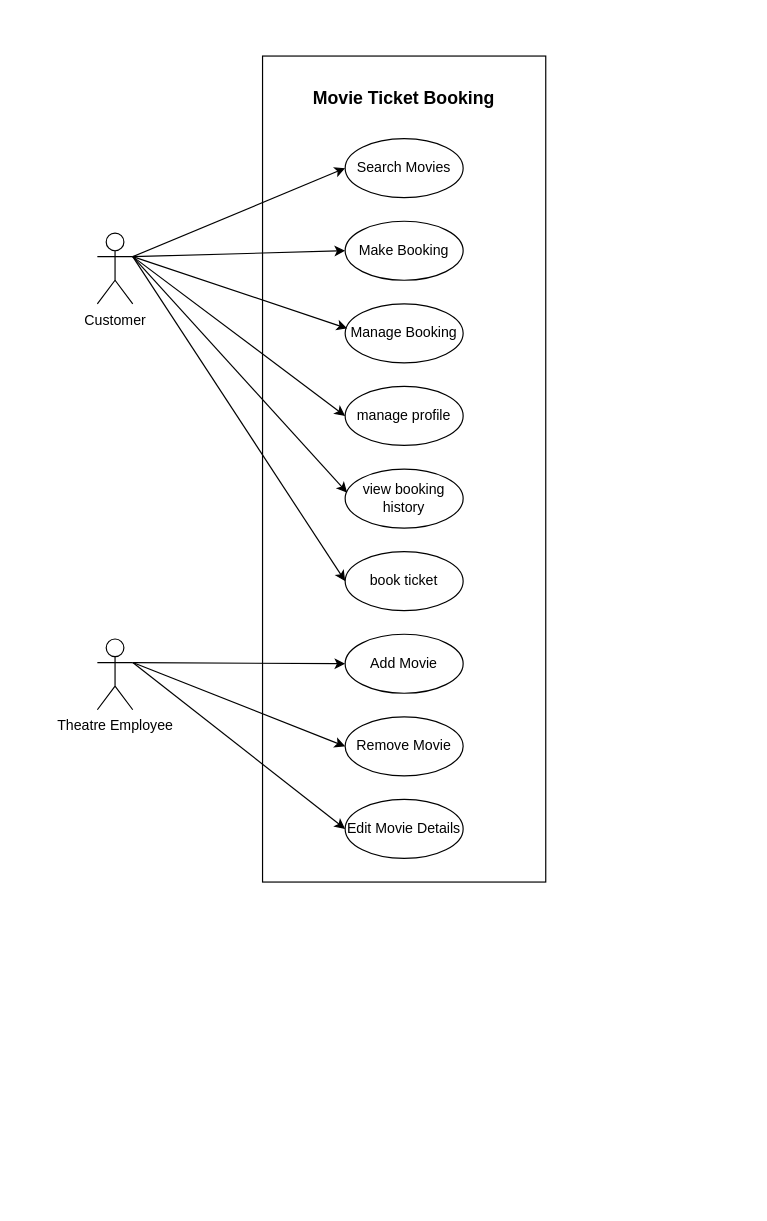
Earlier version of the draw.io diagram usecase diagram.drawio (abhihksd/MovieBookingWebsite). Source tidied: cells renumbered, new cells numbered last; positions are measured from the earlier drawing's top-left corner, leaving out a move shared by most shapes. Both pictures are drawn from the tidied source at 118%, with x=0, y=0 at pixel (97, 55).
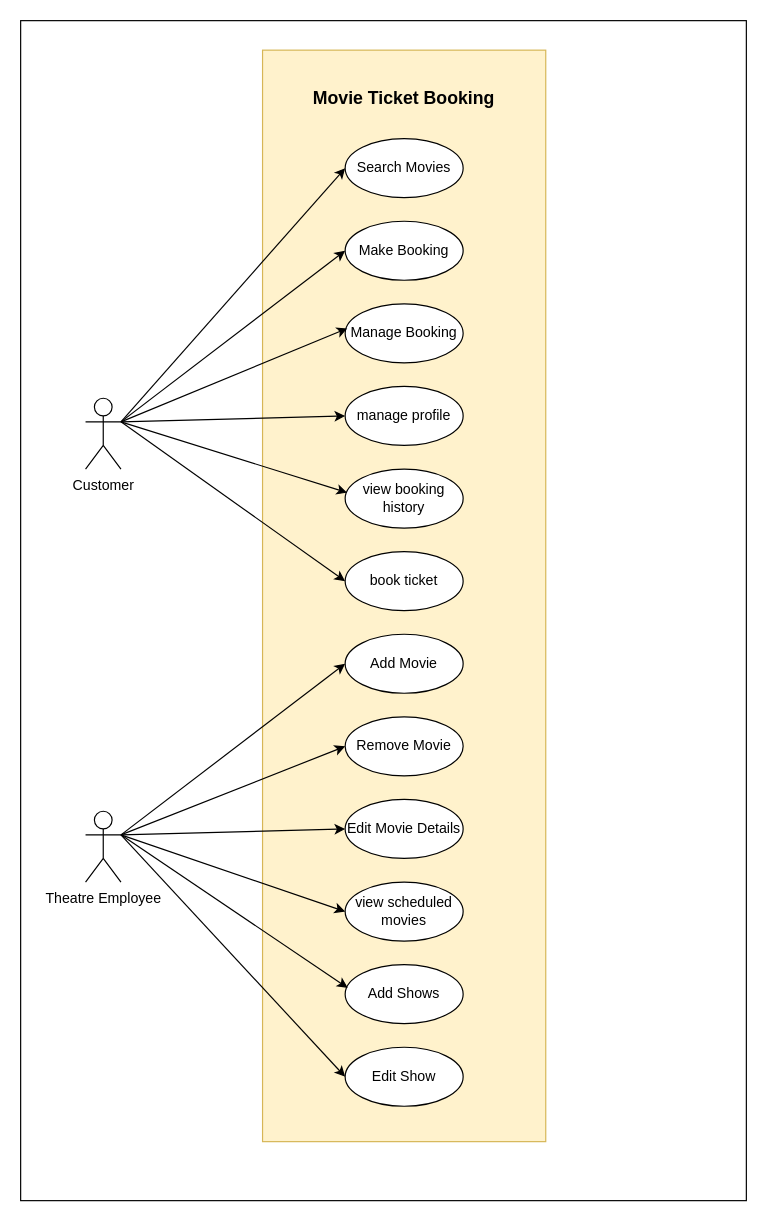
The same page after the edit.

Unchanged cells that the change refers to:
```xml
<mxCell id="11" value="manage profile" style="ellipse;whiteSpace=wrap;html=1;" parent="1" vertex="1">
  <mxGeometry x="210" y="280" width="100" height="50" as="geometry" />
</mxCell>
<mxCell id="12" value="view booking history" style="ellipse;whiteSpace=wrap;html=1;" parent="1" vertex="1">
  <mxGeometry x="210" y="350" width="100" height="50" as="geometry" />
</mxCell>
<mxCell id="15" value="book ticket" style="ellipse;whiteSpace=wrap;html=1;" parent="1" vertex="1">
  <mxGeometry x="210" y="420" width="100" height="50" as="geometry" />
</mxCell>
```

What changed in the source:
```diff
@@
+    <mxCell id="24" style="rounded=0;whiteSpace=wrap;html=1;" parent="1" vertex="1">
+      <mxGeometry x="-65" y="-30" width="615" height="1000" as="geometry" />
+    </mxCell>
-    <mxCell id="2" style="rounded=0;whiteSpace=wrap;html=1;" parent="1" vertex="1">
-      <mxGeometry x="140" width="240" height="700" as="geometry" />
+    <mxCell id="2" style="rounded=0;whiteSpace=wrap;html=1;fillColor=#fff2cc;strokeColor=#d6b656;" parent="1" vertex="1">
+      <mxGeometry x="140" y="-5" width="240" height="925" as="geometry" />
     </mxCell>
@@
     <mxCell id="4" value="Customer&lt;br&gt;" style="shape=umlActor;verticalLabelPosition=bottom;verticalAlign=top;html=1;outlineConnect=0;comic=0;" parent="1" vertex="1">
-      <mxGeometry y="150" width="30" height="60" as="geometry" />
+      <mxGeometry x="-10" y="290" width="30" height="60" as="geometry" />
     </mxCell>
@@
-    <mxCell id="13" style="endArrow=classic;html=1;rounded=0;entryX=0;entryY=0.5;entryDx=0;entryDy=0;" parent="1" edge="1" target="11">
-      <mxGeometry relative="1" as="geometry">
-        <mxPoint x="30" y="170" as="sourcePoint" />
-      </mxGeometry>
+    <mxCell id="13" style="endArrow=classic;html=1;rounded=0;entryX=0;entryY=0.5;entryDx=0;entryDy=0;exitX=1;exitY=0.3333333333333333;exitDx=0;exitDy=0;exitPerimeter=0;" parent="1" edge="1" source="4" target="11">
+      <mxGeometry relative="1" as="geometry" />
     </mxCell>
-    <mxCell id="14" style="endArrow=classic;html=1;rounded=0;entryX=0.017;entryY=0.4;entryDx=0;entryDy=0;entryPerimeter=0;" parent="1" edge="1" target="12">
-      <mxGeometry relative="1" as="geometry">
-        <mxPoint x="30" y="170" as="sourcePoint" />
-      </mxGeometry>
+    <mxCell id="14" style="endArrow=classic;html=1;rounded=0;entryX=0.017;entryY=0.4;entryDx=0;entryDy=0;entryPerimeter=0;exitX=1;exitY=0.3333333333333333;exitDx=0;exitDy=0;exitPerimeter=0;" parent="1" edge="1" source="4" target="12">
+      <mxGeometry relative="1" as="geometry" />
     </mxCell>
@@
-    <mxCell id="16" style="endArrow=classic;html=1;rounded=0;entryX=0;entryY=0.5;entryDx=0;entryDy=0;" parent="1" edge="1" target="15">
-      <mxGeometry relative="1" as="geometry">
-        <mxPoint x="30" y="170" as="sourcePoint" />
-      </mxGeometry>
+    <mxCell id="16" style="endArrow=classic;html=1;rounded=0;entryX=0;entryY=0.5;entryDx=0;entryDy=0;exitX=1;exitY=0.3333333333333333;exitDx=0;exitDy=0;exitPerimeter=0;" parent="1" edge="1" source="4" target="15">
+      <mxGeometry relative="1" as="geometry" />
     </mxCell>
     <mxCell id="17" value="Theatre&amp;nbsp;Employee" style="shape=umlActor;verticalLabelPosition=bottom;verticalAlign=top;html=1;outlineConnect=0;" parent="1" vertex="1">
-      <mxGeometry y="494" width="30" height="60" as="geometry" />
+      <mxGeometry x="-10" y="640" width="30" height="60" as="geometry" />
     </mxCell>
@@
+    <mxCell id="25" value="view scheduled movies" style="ellipse;whiteSpace=wrap;html=1;" parent="1" vertex="1">
+      <mxGeometry x="210" y="700" width="100" height="50" as="geometry" />
+    </mxCell>
+    <mxCell id="26" style="endArrow=classic;html=1;rounded=0;exitX=1;exitY=0.3333333333333333;exitDx=0;exitDy=0;exitPerimeter=0;entryX=0;entryY=0.5;entryDx=0;entryDy=0;" parent="1" edge="1" source="17" target="25">
+      <mxGeometry relative="1" as="geometry" />
+    </mxCell>
+    <mxCell id="27" value="Add Shows" style="ellipse;whiteSpace=wrap;html=1;" parent="1" vertex="1">
+      <mxGeometry x="210" y="770" width="100" height="50" as="geometry" />
+    </mxCell>
+    <mxCell id="28" value="Edit Show" style="ellipse;whiteSpace=wrap;html=1;" parent="1" vertex="1">
+      <mxGeometry x="210" y="840" width="100" height="50" as="geometry" />
+    </mxCell>
+    <mxCell id="29" style="endArrow=classic;html=1;rounded=0;exitX=1;exitY=0.3333333333333333;exitDx=0;exitDy=0;exitPerimeter=0;entryX=0.022;entryY=0.393;entryDx=0;entryDy=0;entryPerimeter=0;" parent="1" edge="1" source="17" target="27">
+      <mxGeometry relative="1" as="geometry" />
+    </mxCell>
+    <mxCell id="30" style="endArrow=classic;html=1;rounded=0;exitX=1;exitY=0.3333333333333333;exitDx=0;exitDy=0;exitPerimeter=0;entryX=0;entryY=0.5;entryDx=0;entryDy=0;" parent="1" edge="1" source="17" target="28">
+      <mxGeometry relative="1" as="geometry" />
+    </mxCell>
```
